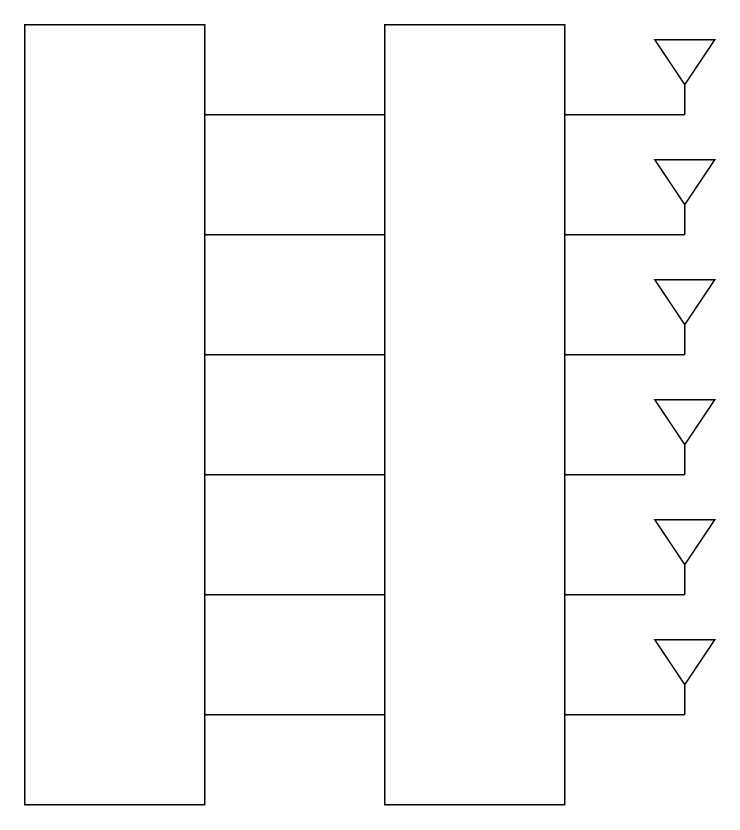
Before: MIMO/下りMU-MIMO.drawio in ryoww/seminar, a draw.io diagram. Source tidied: cells renumbered, new cells numbered last; positions are measured from the earlier drawing's top-left corner, leaving out a move shared by most shapes. Both pictures are drawn from the tidied source at 150%, with x=0, y=0 at pixel (24, 24).
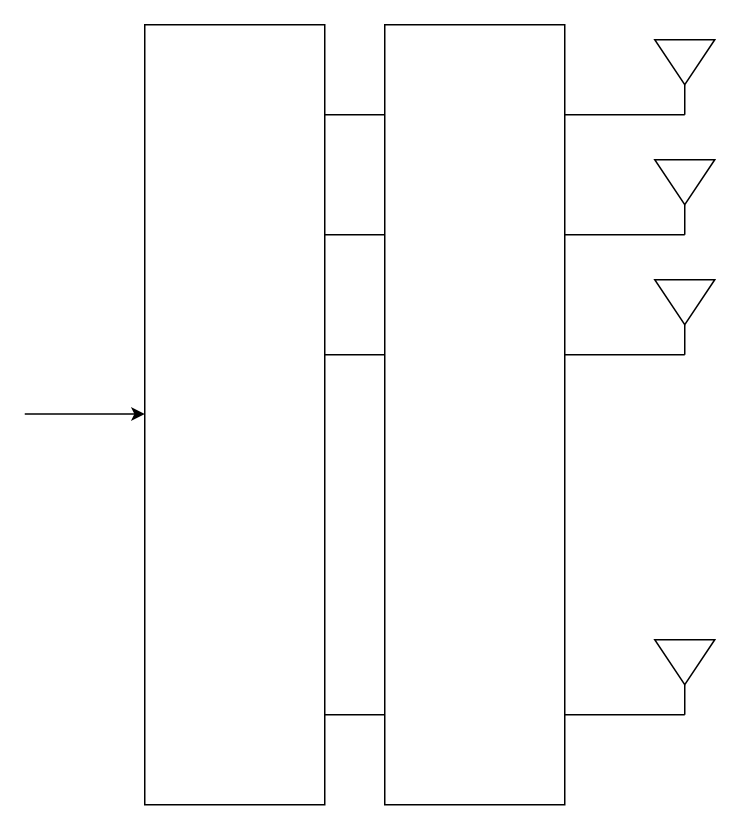
The same page after the edit.

The edit, as a diff of the source:
```diff
@@
-    <mxCell id="2" style="rounded=0;whiteSpace=wrap;html=1;" parent="1" vertex="1">
-      <mxGeometry width="120" height="520" as="geometry" />
-    </mxCell>
@@
-    <mxCell id="6" style="endArrow=none;html=1;rounded=0;" parent="1" edge="1">
-      <mxGeometry relative="1" as="geometry">
-        <mxPoint x="120" y="300" as="sourcePoint" />
-        <mxPoint x="240" y="300" as="targetPoint" />
-      </mxGeometry>
-    </mxCell>
-    <mxCell id="7" style="endArrow=none;html=1;rounded=0;" parent="1" edge="1">
-      <mxGeometry relative="1" as="geometry">
-        <mxPoint x="120" y="380" as="sourcePoint" />
-        <mxPoint x="240" y="380" as="targetPoint" />
-      </mxGeometry>
-    </mxCell>
@@
-    <mxCell id="22" style="group;" parent="1" vertex="1">
-      <mxGeometry x="360" y="250" width="100" height="50" as="geometry" />
-    </mxCell>
-    <mxCell id="23" style="endArrow=none;html=1;rounded=0;" parent="22" edge="1">
-      <mxGeometry relative="1" as="geometry">
-        <mxPoint y="50" as="sourcePoint" />
-        <mxPoint x="80" y="50" as="targetPoint" />
-      </mxGeometry>
-    </mxCell>
-    <mxCell id="24" style="endArrow=none;html=1;rounded=0;" parent="22" edge="1">
-      <mxGeometry relative="1" as="geometry">
-        <mxPoint x="80" y="50" as="sourcePoint" />
-        <mxPoint x="80" y="30" as="targetPoint" />
-      </mxGeometry>
-    </mxCell>
-    <mxCell id="25" style="triangle;whiteSpace=wrap;html=1;direction=south;" parent="22" vertex="1">
-      <mxGeometry x="60" width="40" height="30" as="geometry" />
-    </mxCell>
-    <mxCell id="26" style="group;" parent="1" vertex="1">
-      <mxGeometry x="360" y="330" width="100" height="50" as="geometry" />
-    </mxCell>
-    <mxCell id="27" style="endArrow=none;html=1;rounded=0;" parent="26" edge="1">
-      <mxGeometry relative="1" as="geometry">
-        <mxPoint y="50" as="sourcePoint" />
-        <mxPoint x="80" y="50" as="targetPoint" />
-      </mxGeometry>
-    </mxCell>
-    <mxCell id="28" style="endArrow=none;html=1;rounded=0;" parent="26" edge="1">
-      <mxGeometry relative="1" as="geometry">
-        <mxPoint x="80" y="50" as="sourcePoint" />
-        <mxPoint x="80" y="30" as="targetPoint" />
-      </mxGeometry>
-    </mxCell>
-    <mxCell id="29" style="triangle;whiteSpace=wrap;html=1;direction=south;" parent="26" vertex="1">
-      <mxGeometry x="60" width="40" height="30" as="geometry" />
-    </mxCell>
@@
+    <mxCell id="2" style="rounded=0;whiteSpace=wrap;html=1;" parent="1" vertex="1">
+      <mxGeometry x="80" width="120" height="520" as="geometry" />
+    </mxCell>
+    <mxCell id="34" style="endArrow=classic;html=1;rounded=0;" parent="1" edge="1">
+      <mxGeometry relative="1" as="geometry">
+        <mxPoint y="259.5" as="sourcePoint" />
+        <mxPoint x="80" y="259.5" as="targetPoint" />
+      </mxGeometry>
+    </mxCell>
```
